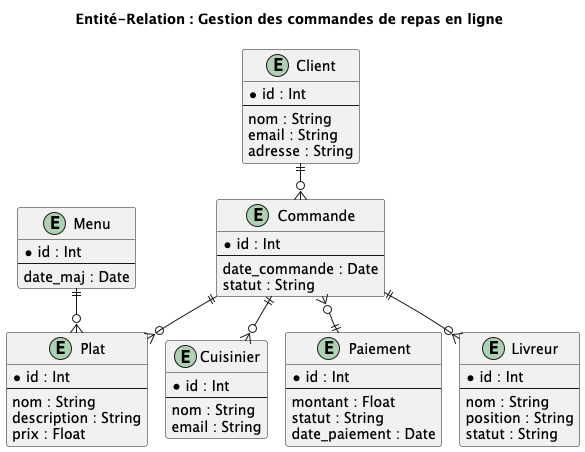
This is Semaine 1 - UML/images/07f-example.png from nicolasvauchenet/cours_methodologie, a PlantUML export, as it was before one commit.
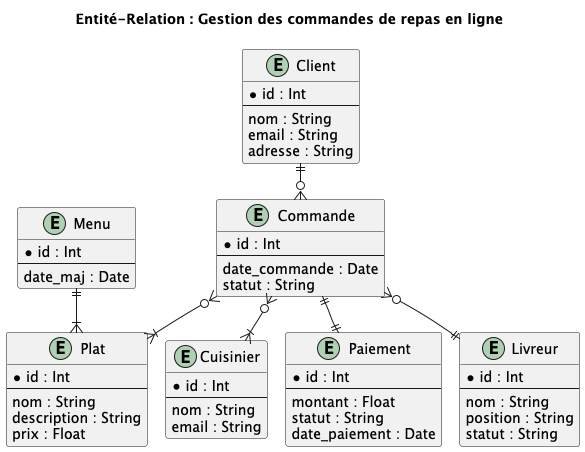
After the change.

Diff of the diagram source:
```diff
@@ -1,6 +1,7 @@
 @startuml
 !pragma layout smetana
 !define ERD
+
 title Entité-Relation : Gestion des commandes de repas en ligne
 
 entity "Client" {
@@ -56,10 +57,10 @@
 }
 
 Client ||--o{ Commande
-Commande }o--|| Paiement
-Commande ||--o{ Plat
-Menu ||--o{ Plat
-Commande ||--o{ Cuisinier
-Commande ||--o{ Livreur
+Commande ||--|| Paiement
+Commande }o--|{ Plat
+Menu ||--|{ Plat
+Commande }o--|{ Cuisinier
+Commande }o--|| Livreur
 
 @enduml
```
